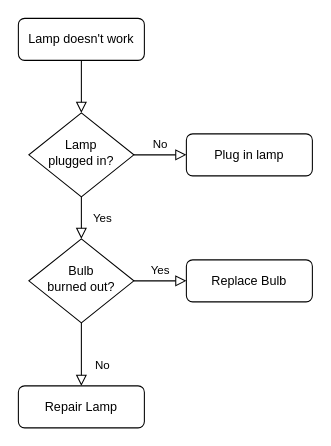
The draw.io diagram UML & Flowcharts/overall_flowchart.drawio in denBruneBarone/P2, before the edit. Source tidied: cells renumbered, new cells numbered last; positions are measured from the earlier drawing's top-left corner, leaving out a move shared by most shapes. Both pictures are drawn from the tidied source at 105%, with x=0, y=0 at pixel (18, 18).
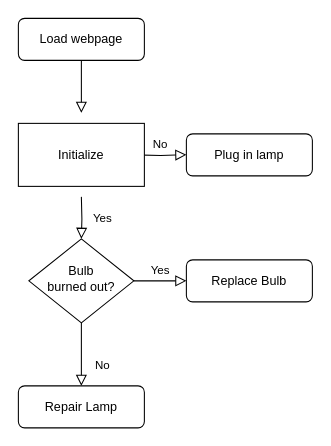
After the change.

Diff of the diagram source:
```diff
@@
 <mxGraphModel>
   <root>
     <mxCell id="0" />
     <mxCell id="1" parent="0" />
-    <mxCell id="2" style="rounded=0;html=1;jettySize=auto;fontSize=11;endArrow=block;endFill=0;endSize=8;strokeWidth=1;shadow=0;labelBackgroundColor=none;edgeStyle=orthogonalEdgeStyle;" parent="1" edge="1" source="3" target="6">
-      <mxGeometry relative="1" as="geometry" />
+    <mxCell id="2" style="rounded=0;html=1;jettySize=auto;fontSize=11;endArrow=block;endFill=0;endSize=8;strokeWidth=1;shadow=0;labelBackgroundColor=none;edgeStyle=orthogonalEdgeStyle;" parent="1" edge="1" source="3">
+      <mxGeometry relative="1" as="geometry">
+        <mxPoint x="60" y="90" as="targetPoint" />
+      </mxGeometry>
     </mxCell>
-    <mxCell id="3" value="Lamp doesn't work" style="rounded=1;whiteSpace=wrap;html=1;fontSize=12;glass=0;strokeWidth=1;shadow=0;" parent="1" vertex="1">
+    <mxCell id="3" value="Load webpage" style="rounded=1;whiteSpace=wrap;html=1;fontSize=12;glass=0;strokeWidth=1;shadow=0;" parent="1" vertex="1">
       <mxGeometry width="120" height="40" as="geometry" />
     </mxCell>
-    <mxCell id="4" value="Yes" style="rounded=0;html=1;jettySize=auto;fontSize=11;endArrow=block;endFill=0;endSize=8;strokeWidth=1;shadow=0;labelBackgroundColor=none;edgeStyle=orthogonalEdgeStyle;" parent="1" edge="1" source="6" target="10">
-      <mxGeometry y="20" relative="1" as="geometry" />
+    <mxCell id="4" value="Yes" style="rounded=0;html=1;jettySize=auto;fontSize=11;endArrow=block;endFill=0;endSize=8;strokeWidth=1;shadow=0;labelBackgroundColor=none;edgeStyle=orthogonalEdgeStyle;" parent="1" edge="1" target="10">
+      <mxGeometry y="20" relative="1" as="geometry">
+        <mxPoint x="60" y="170" as="sourcePoint" />
+      </mxGeometry>
     </mxCell>
-    <mxCell id="5" value="No" style="edgeStyle=orthogonalEdgeStyle;rounded=0;html=1;jettySize=auto;fontSize=11;endArrow=block;endFill=0;endSize=8;strokeWidth=1;shadow=0;labelBackgroundColor=none;" parent="1" edge="1" source="6" target="7">
-      <mxGeometry y="10" relative="1" as="geometry" />
+    <mxCell id="5" value="No" style="edgeStyle=orthogonalEdgeStyle;rounded=0;html=1;jettySize=auto;fontSize=11;endArrow=block;endFill=0;endSize=8;strokeWidth=1;shadow=0;labelBackgroundColor=none;" parent="1" edge="1" target="7">
+      <mxGeometry y="10" relative="1" as="geometry">
+        <mxPoint x="110" y="130" as="sourcePoint" />
+      </mxGeometry>
     </mxCell>
-    <mxCell id="6" value="Lamp&lt;br&gt;plugged in?" style="rhombus;whiteSpace=wrap;html=1;shadow=0;fontFamily=Helvetica;fontSize=12;align=center;strokeWidth=1;spacing=6;spacingTop=-4;" parent="1" vertex="1">
-      <mxGeometry x="10" y="90" width="100" height="80" as="geometry" />
-    </mxCell>
     <mxCell id="7" value="Plug in lamp" style="rounded=1;whiteSpace=wrap;html=1;fontSize=12;glass=0;strokeWidth=1;shadow=0;" parent="1" vertex="1">
       <mxGeometry x="160" y="110" width="120" height="40" as="geometry" />
     </mxCell>
     <mxCell id="8" value="No" style="rounded=0;html=1;jettySize=auto;fontSize=11;endArrow=block;endFill=0;endSize=8;strokeWidth=1;shadow=0;labelBackgroundColor=none;edgeStyle=orthogonalEdgeStyle;" parent="1" edge="1" source="10" target="11">
       <mxGeometry x="0.33" y="20" relative="1" as="geometry" />
     </mxCell>
     <mxCell id="9" value="Yes" style="edgeStyle=orthogonalEdgeStyle;rounded=0;html=1;jettySize=auto;fontSize=11;endArrow=block;endFill=0;endSize=8;strokeWidth=1;shadow=0;labelBackgroundColor=none;" parent="1" edge="1" source="10" target="12">
       <mxGeometry y="10" relative="1" as="geometry" />
     </mxCell>
     <mxCell id="10" value="Bulb&lt;br&gt;burned out?" style="rhombus;whiteSpace=wrap;html=1;shadow=0;fontFamily=Helvetica;fontSize=12;align=center;strokeWidth=1;spacing=6;spacingTop=-4;" parent="1" vertex="1">
       <mxGeometry x="10" y="210" width="100" height="80" as="geometry" />
     </mxCell>
     <mxCell id="11" value="Repair Lamp" style="rounded=1;whiteSpace=wrap;html=1;fontSize=12;glass=0;strokeWidth=1;shadow=0;" parent="1" vertex="1">
       <mxGeometry y="350" width="120" height="40" as="geometry" />
     </mxCell>
     <mxCell id="12" value="Replace Bulb" style="rounded=1;whiteSpace=wrap;html=1;fontSize=12;glass=0;strokeWidth=1;shadow=0;" parent="1" vertex="1">
       <mxGeometry x="160" y="230" width="120" height="40" as="geometry" />
     </mxCell>
+    <mxCell id="13" value="Initialize" style="rounded=0;whiteSpace=wrap;html=1;" parent="1" vertex="1">
+      <mxGeometry y="100" width="120" height="60" as="geometry" />
+    </mxCell>
   </root>
 </mxGraphModel>
```
